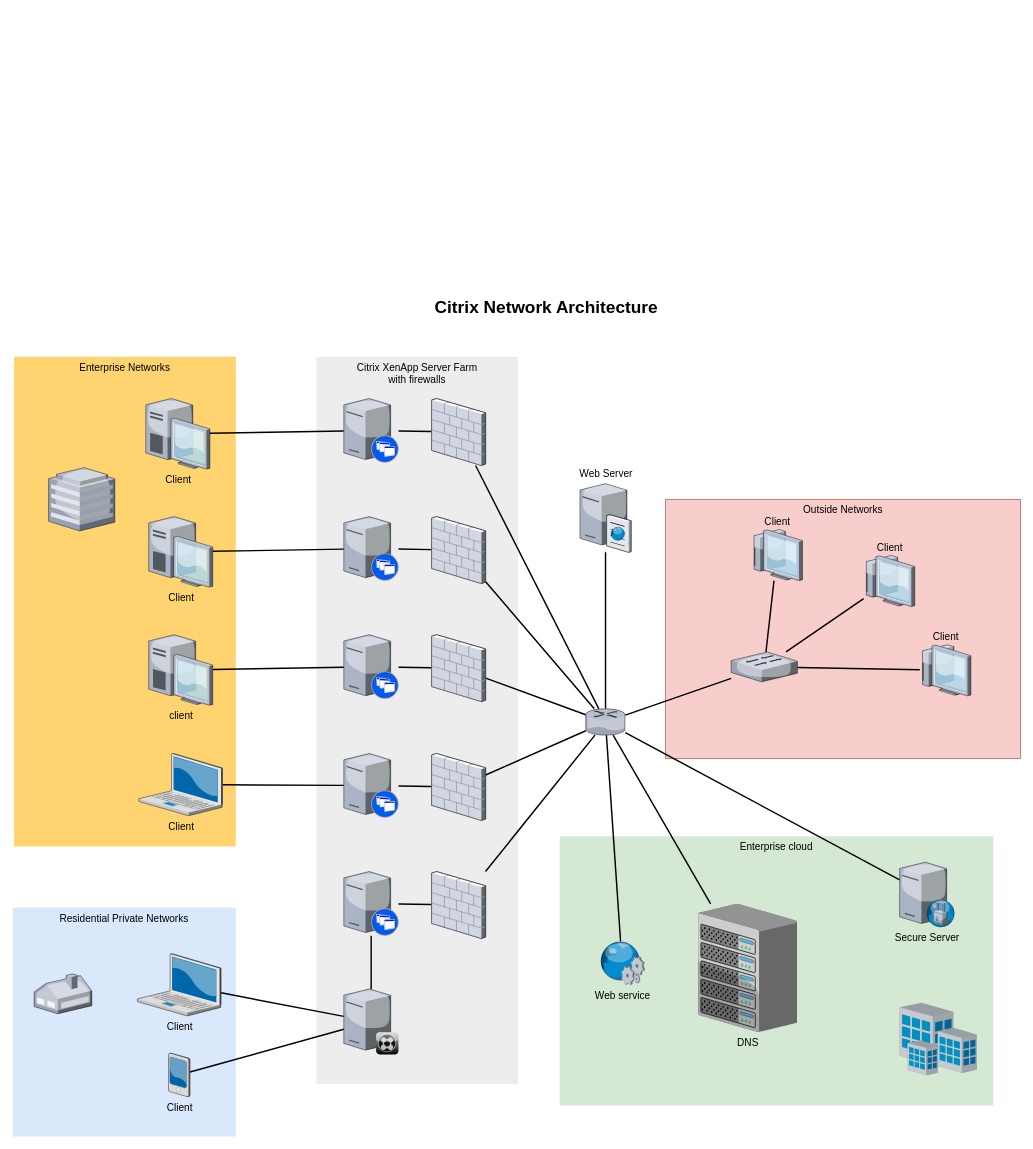
The draw.io diagram Diagrama sin título.drawio in YOviedo-2402/hello-git, before the edit. Source tidied: cells renumbered, new cells numbered last; positions are measured from the earlier drawing's top-left corner, leaving out a move shared by most shapes. Both pictures are drawn from the tidied source at 72%, with x=0, y=0 at pixel (12, 293).
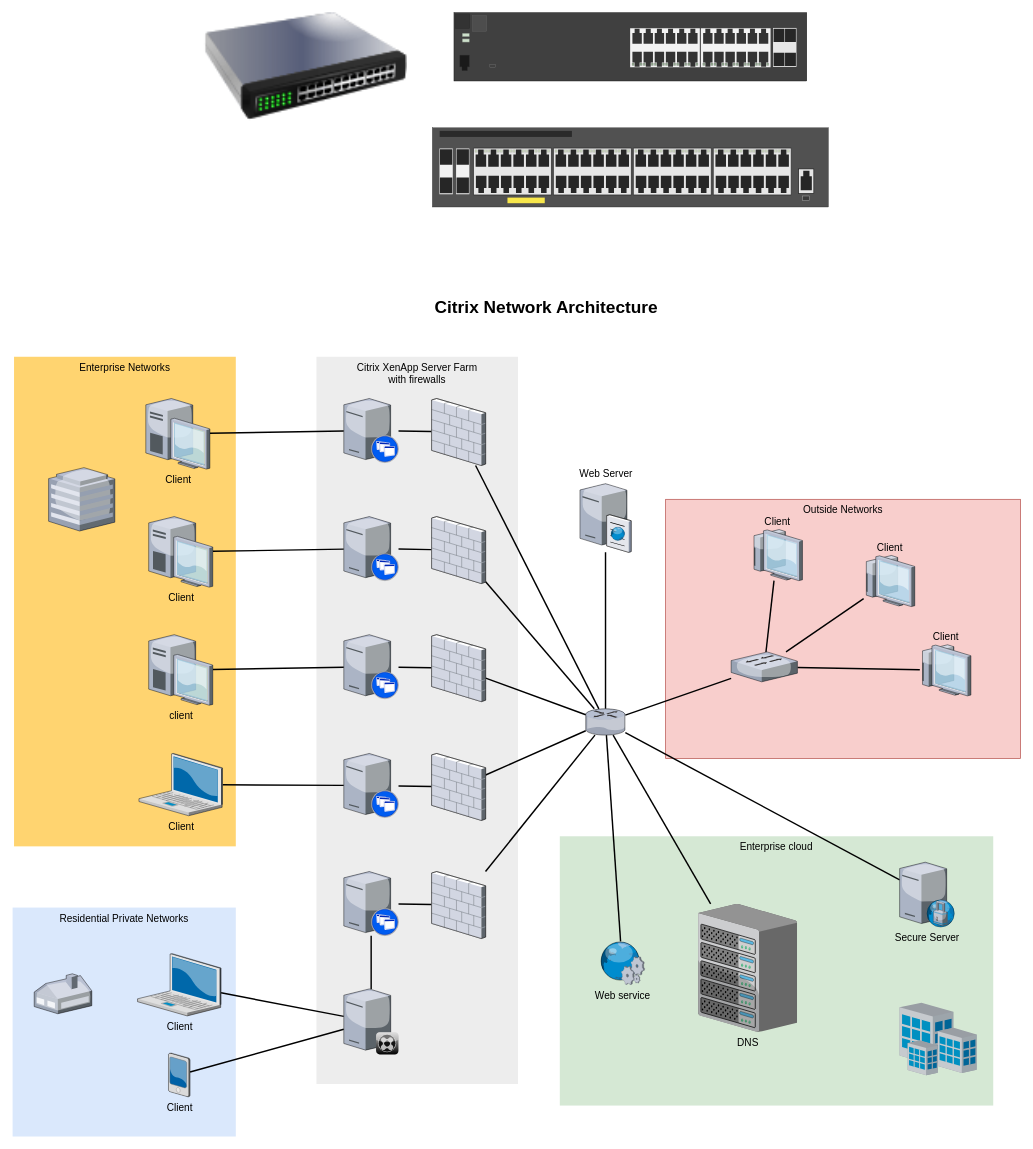
Above is the later version.

What changed in the source:
```diff
@@
+    <mxCell id="62" style="html=1;verticalLabelPosition=bottom;verticalAlign=top;shadow=0;dashed=0;shape=mxgraph.rack.hpe_aruba.switches.j9776a_2530_24g_switch;" parent="1" vertex="1">
+      <mxGeometry x="613" y="-390" width="490" height="95" as="geometry" />
+    </mxCell>
+    <mxCell id="63" style="image;html=1;image=img/lib/clip_art/networking/Switch_128x128.png;" parent="1" vertex="1">
+      <mxGeometry x="232" y="-390" width="350" height="150" as="geometry" />
+    </mxCell>
+    <mxCell id="64" style="html=1;verticalLabelPosition=bottom;verticalAlign=top;shadow=0;dashed=0;shape=mxgraph.rack.hpe_aruba.switches.jl256a_aruba_2930f_48g_poeplus_4sfpplus_switch;" parent="1" vertex="1">
+      <mxGeometry x="583" y="-230" width="550" height="110" as="geometry" />
+    </mxCell>
```
